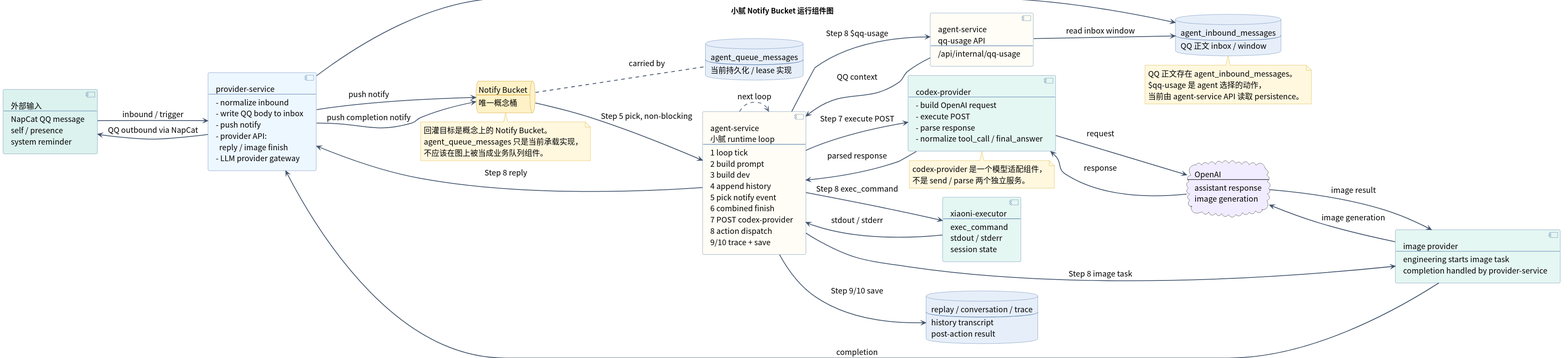
This is docs/xiaoni-notify-runtime-component-plantuml.svg from Hei-AI/xiaoni_cc, a PlantUML export, as it was before one commit.
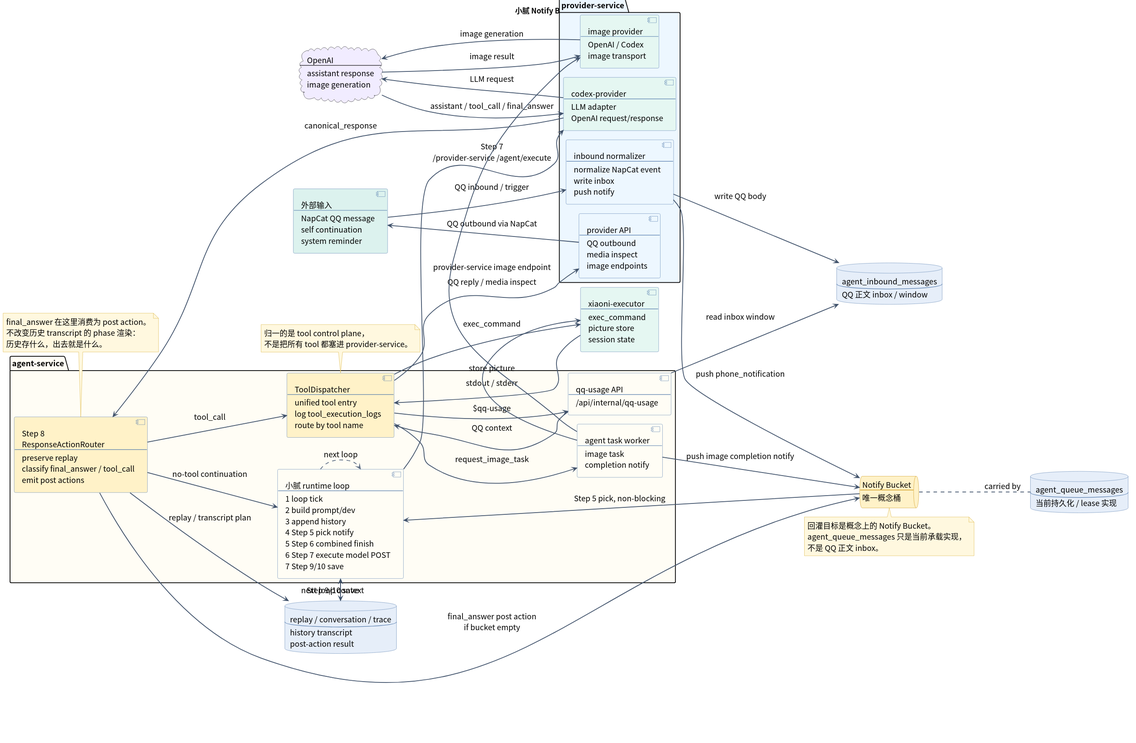
After the commit.

The edit, as a diff of the source:
```diff
@@ -19,73 +19,85 @@
 left to right direction
 title 小腻 Notify Bucket 运行组件图
 
-component "外部输入\n----\nNapCat QQ message\nself / presence\nsystem reminder" as External #DCF2EE
+component "外部输入\n----\nNapCat QQ message\nself continuation\nsystem reminder" as External #DCF2EE
 
-component "provider-service\n----\n- normalize inbound\n- write QQ body to inbox\n- push notify\n- provider API:\n  reply / image finish\n- LLM provider gateway" as Provider #EDF7FF
+package "provider-service" as Provider #EDF7FF {
+  component "inbound normalizer\n----\nnormalize NapCat event\nwrite inbox\npush notify" as ProviderInbound #EDF7FF
+  component "provider API\n----\nQQ outbound\nmedia inspect\nimage endpoints" as ProviderApi #EDF7FF
+  component "codex-provider\n----\nLLM adapter\nOpenAI request/response" as CodexProvider #E5F7F2
+  component "image provider\n----\nOpenAI / Codex\nimage transport" as ImageProvider #E5F7F2
+}
 
 database "agent_inbound_messages\n----\nQQ 正文 inbox / window" as Inbox #E6EEF9
-component "agent-service\nqq-usage API\n----\n/api/internal/qq-usage" as QqUsage #FFFDF5
 
 queue "Notify Bucket\n----\n唯一概念桶" as Bucket #FFF2C8
-
 database "agent_queue_messages\n----\n当前持久化 / lease 实现" as QueueTable #E6EEF9
 
-component "agent-service\n小腻 runtime loop\n----\n1 loop tick\n2 build prompt\n3 build dev\n4 append history\n5 pick notify event\n6 combined finish\n7 POST codex-provider\n8 action dispatch\n9/10 trace + save" as Agent #FFFDF5
-
-component "codex-provider\n----\n- build OpenAI request\n- execute POST\n- parse response\n- normalize tool_call / final_answer" as CodexProvider #E5F7F2
+package "agent-service" as AgentService #FFFDF5 {
+  component "小腻 runtime loop\n----\n1 loop tick\n2 build prompt/dev\n3 append history\n4 Step 5 pick notify\n5 Step 6 combined finish\n6 Step 7 execute model POST\n7 Step 9/10 save" as RuntimeLoop #FFFDF5
+  component "Step 8\nResponseActionRouter\n----\npreserve replay\nclassify final_answer / tool_call\nemit post actions" as ResponseRouter #FFF2C8
+  component "ToolDispatcher\n----\nunified tool entry\nlog tool_execution_logs\nroute by tool name" as ToolDispatcher #FFF2C8
+  component "qq-usage API\n----\n/api/internal/qq-usage" as QqUsage #FFFDF5
+  component "agent task worker\n----\nimage task\ncompletion notify" as TaskWorker #FFFDF5
+}
 
 cloud "OpenAI\n----\nassistant response\nimage generation" as OpenAI #F1ECFF
 
-component "xiaoni-executor\n----\nexec_command\nstdout / stderr\nsession state" as Executor #E5F7F2
-
-component "image provider\n----\nengineering starts image task\ncompletion handled by provider-service" as ImageProvider #E5F7F2
+component "xiaoni-executor\n----\nexec_command\npicture store\nsession state" as Executor #E5F7F2
 
 database "replay / conversation / trace\n----\nhistory transcript\npost-action result" as History #E6EEF9
 
-External --> Provider : inbound / trigger
-Provider --> Inbox : write QQ body
-Provider --> Bucket : push notify
+External --> ProviderInbound : QQ inbound / trigger
+ProviderInbound --> Inbox : write QQ body
+ProviderInbound --> Bucket : push phone_notification
 Bucket .. QueueTable : carried by
-Bucket --> Agent : Step 5 pick, non-blocking
+Bucket --> RuntimeLoop : Step 5 pick, non-blocking
 
-Agent --> CodexProvider : Step 7 execute POST
-CodexProvider --> OpenAI : request
-OpenAI --> CodexProvider : response
-CodexProvider --> Agent : parsed response
+RuntimeLoop --> CodexProvider : Step 7\n/provider-service /agent/execute
+CodexProvider --> OpenAI : LLM request
+OpenAI --> CodexProvider : assistant / tool_call / final_answer
+CodexProvider --> ResponseRouter : canonical_response
 
-Agent --> QqUsage : Step 8 $qq-usage
+ResponseRouter --> History : replay / transcript plan
+ResponseRouter --> Bucket : final_answer post action\nif bucket empty
+ResponseRouter --> ToolDispatcher : tool_call
+ResponseRouter --> RuntimeLoop : no-tool continuation
+
+ToolDispatcher --> QqUsage : $qq-usage
 QqUsage --> Inbox : read inbox window
-QqUsage --> Agent : QQ context
+QqUsage --> ToolDispatcher : QQ context
 
-Agent --> Provider : Step 8 reply
-Provider --> External : QQ outbound via NapCat
+ToolDispatcher --> ProviderApi : QQ reply / media inspect
+ProviderApi --> External : QQ outbound via NapCat
 
-Agent --> Executor : Step 8 exec_command
-Executor --> Agent : stdout / stderr
+ToolDispatcher --> Executor : exec_command
+Executor --> ToolDispatcher : stdout / stderr
 
-Agent --> ImageProvider : Step 8 image task
+ToolDispatcher --> TaskWorker : request_image_task
+TaskWorker --> ImageProvider : provider-service image endpoint
 ImageProvider --> OpenAI : image generation
 OpenAI --> ImageProvider : image result
-ImageProvider --> Provider : completion
-Provider --> Bucket : push completion notify
+TaskWorker --> Executor : store picture
+TaskWorker --> Bucket : push image completion notify
 
-Agent --> History : Step 9/10 save
-Agent -[#607086,dashed]-> Agent : next loop
+RuntimeLoop --> History : Step 9/10 save
+History --> RuntimeLoop : next loop context
+RuntimeLoop -[#607086,dashed]-> RuntimeLoop : next loop
 
 note bottom of Bucket
   回灌目标是概念上的 Notify Bucket。
   agent_queue_messages 只是当前承载实现，
-  不应该在图上被当成业务队列组件。
+  不是 QQ 正文 inbox。
 end note
 
-note bottom of Inbox
-  QQ 正文存在 agent_inbound_messages。
-  $qq-usage 是 agent 选择的动作，
-  当前由 agent-service API 读取 persistence。
+note bottom of ResponseRouter
+  final_answer 在这里消费为 post action。
+  不改变历史 transcript 的 phase 渲染：
+  历史存什么，出去就是什么。
 end note
 
-note bottom of CodexProvider
-  codex-provider 是一个模型适配组件，
-  不是 send / parse 两个独立服务。
+note bottom of ToolDispatcher
+  归一的是 tool control plane，
+  不是把所有 tool 都塞进 provider-service。
 end note
 @enduml
```
